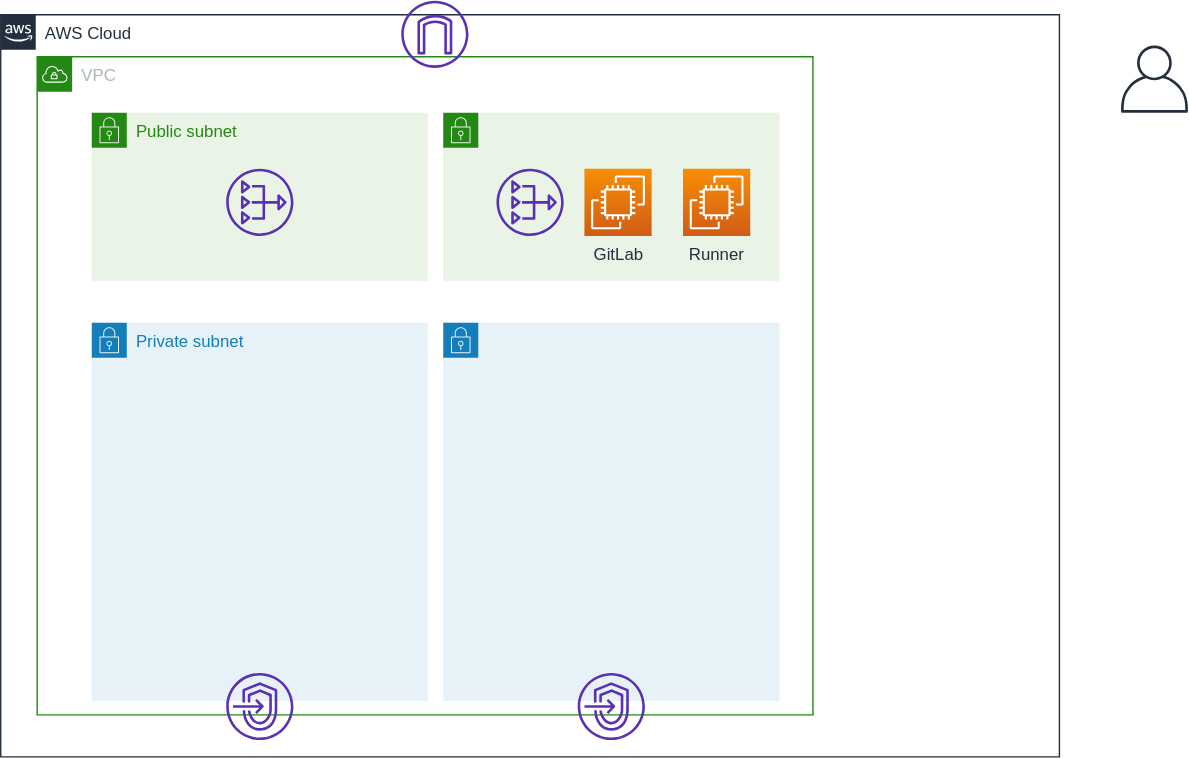
Earlier version of the draw.io export documents/images/use-runner.svg (moriryota62/ecs-cicd). Source tidied: cells renumbered, new cells last; positions are measured from the earlier drawing's top-left corner, leaving out a move shared by most shapes.
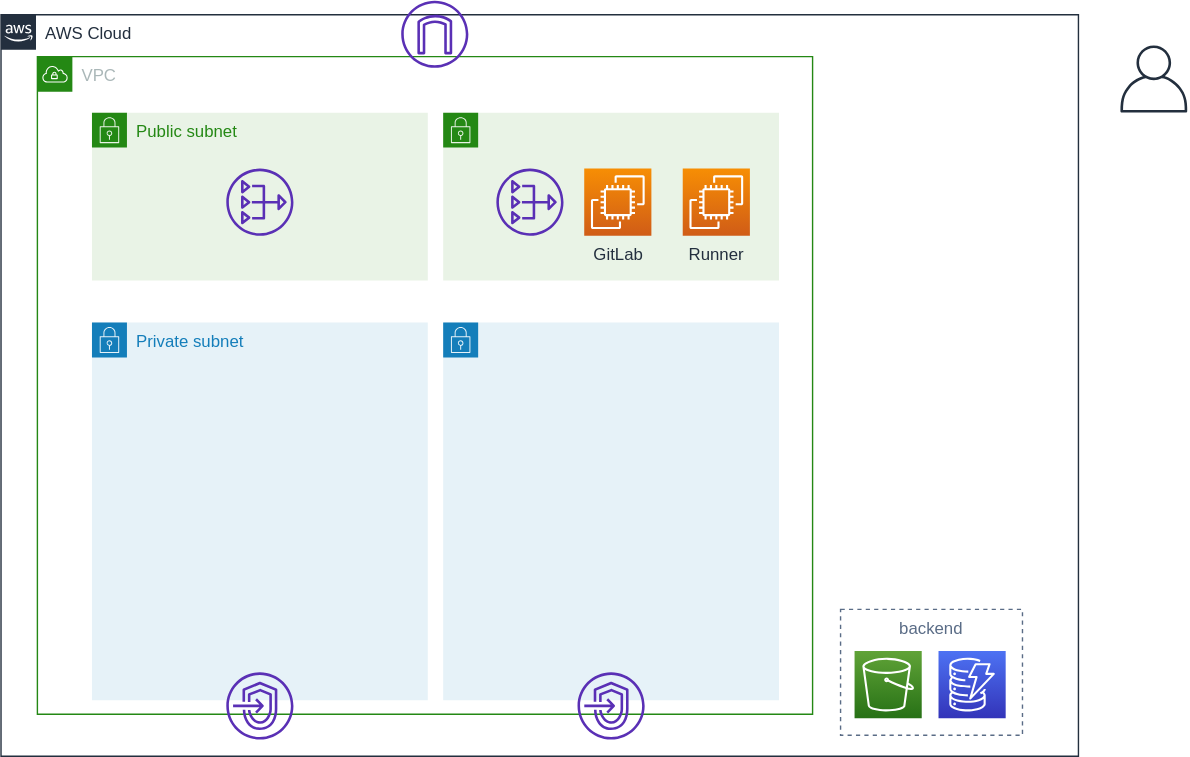
After the commit.

Diff of the diagram source:
```diff
@@ -3,7 +3,7 @@
     <mxCell id="0" />
     <mxCell id="1" parent="0" />
     <mxCell id="2" value="AWS Cloud" style="gradientColor=none;html=1;whiteSpace=wrap;fontSize=12;fontStyle=0;shape=mxgraph.aws4.group;grIcon=mxgraph.aws4.group_aws_cloud_alt;strokeColor=#232F3E;fillColor=none;verticalAlign=top;align=left;spacingLeft=30;fontColor=#232F3E;dashed=0;" parent="1" vertex="1">
-      <mxGeometry y="10" width="756" height="530" as="geometry" />
+      <mxGeometry y="10" width="770" height="530" as="geometry" />
     </mxCell>
     <mxCell id="3" value="VPC" style="gradientColor=none;html=1;whiteSpace=wrap;fontSize=12;fontStyle=0;shape=mxgraph.aws4.group;grIcon=mxgraph.aws4.group_vpc;strokeColor=#248814;fillColor=none;verticalAlign=top;align=left;spacingLeft=30;fontColor=#AAB7B8;dashed=0;" parent="1" vertex="1">
       <mxGeometry x="26" y="40" width="554" height="470" as="geometry" />
@@ -29,20 +29,38 @@
     <mxCell id="10" style="gradientColor=none;html=1;whiteSpace=wrap;fontSize=12;fontStyle=0;shape=mxgraph.aws4.group;grIcon=mxgraph.aws4.group_security_group;grStroke=0;strokeColor=#147EBA;fillColor=#E6F2F8;verticalAlign=top;align=left;spacingLeft=30;fontColor=#147EBA;dashed=0;" parent="1" vertex="1">
       <mxGeometry x="316" y="230" width="240" height="270" as="geometry" />
     </mxCell>
-    <mxCell id="11" style="fontColor=#232F3E;gradientColor=none;fillColor=#5A30B5;strokeColor=none;dashed=0;verticalLabelPosition=bottom;verticalAlign=top;align=center;html=1;fontSize=12;fontStyle=0;shape=mxgraph.aws4.nat_gateway;" parent="1" vertex="1">
-      <mxGeometry x="161" y="120" width="48" height="48" as="geometry" />
+    <mxCell id="11" style="edgeStyle=orthogonalEdgeStyle;rounded=0;orthogonalLoop=1;jettySize=auto;html=1;exitX=0.5;exitY=1;exitDx=0;exitDy=0;" parent="1" edge="1">
+      <mxGeometry relative="1" as="geometry">
+        <mxPoint x="310.5" y="450" as="sourcePoint" />
+        <mxPoint x="310.5" y="450" as="targetPoint" />
+      </mxGeometry>
     </mxCell>
-    <mxCell id="12" style="fontColor=#232F3E;gradientColor=none;fillColor=#5A30B5;strokeColor=none;dashed=0;verticalLabelPosition=bottom;verticalAlign=top;align=center;html=1;fontSize=12;fontStyle=0;shape=mxgraph.aws4.endpoints;" parent="1" vertex="1">
-      <mxGeometry x="161" y="480" width="48" height="48" as="geometry" />
+    <mxCell id="12" style="fontColor=#232F3E;gradientColor=none;fillColor=#5A30B5;strokeColor=none;dashed=0;verticalLabelPosition=bottom;verticalAlign=top;align=center;html=1;fontSize=12;fontStyle=0;shape=mxgraph.aws4.nat_gateway;" parent="1" vertex="1">
+      <mxGeometry x="161" y="120" width="48" height="48" as="geometry" />
     </mxCell>
     <mxCell id="13" style="fontColor=#232F3E;gradientColor=none;fillColor=#5A30B5;strokeColor=none;dashed=0;verticalLabelPosition=bottom;verticalAlign=top;align=center;html=1;fontSize=12;fontStyle=0;shape=mxgraph.aws4.endpoints;" parent="1" vertex="1">
-      <mxGeometry x="412" y="480" width="48" height="48" as="geometry" />
+      <mxGeometry x="161" y="480" width="48" height="48" as="geometry" />
     </mxCell>
-    <mxCell id="14" style="fontColor=#232F3E;gradientColor=none;fillColor=#5A30B5;strokeColor=none;dashed=0;verticalLabelPosition=bottom;verticalAlign=top;align=center;html=1;fontSize=12;fontStyle=0;shape=mxgraph.aws4.nat_gateway;" parent="1" vertex="1">
-      <mxGeometry x="354" y="120" width="48" height="48" as="geometry" />
+    <mxCell id="14" style="fontColor=#232F3E;gradientColor=none;fillColor=#5A30B5;strokeColor=none;dashed=0;verticalLabelPosition=bottom;verticalAlign=top;align=center;html=1;fontSize=12;fontStyle=0;shape=mxgraph.aws4.endpoints;" parent="1" vertex="1">
+      <mxGeometry x="412" y="480" width="48" height="48" as="geometry" />
     </mxCell>
-    <mxCell id="15" style="fontColor=#232F3E;gradientColor=none;fillColor=#232F3E;strokeColor=none;dashed=0;verticalLabelPosition=bottom;verticalAlign=top;align=center;html=1;fontSize=12;fontStyle=0;shape=mxgraph.aws4.user;" parent="1" vertex="1">
-      <mxGeometry x="800" y="32" width="48" height="48" as="geometry" />
+    <mxCell id="15" style="fontColor=#232F3E;gradientColor=none;fillColor=#5A30B5;strokeColor=none;dashed=0;verticalLabelPosition=bottom;verticalAlign=top;align=center;html=1;fontSize=12;fontStyle=0;shape=mxgraph.aws4.nat_gateway;" parent="1" vertex="1">
+      <mxGeometry x="354" y="120" width="48" height="48" as="geometry" />
     </mxCell>
+    <mxCell id="16" style="fontColor=#232F3E;gradientColor=none;fillColor=#232F3E;strokeColor=none;dashed=0;verticalLabelPosition=bottom;verticalAlign=top;align=center;html=1;fontSize=12;fontStyle=0;shape=mxgraph.aws4.user;" parent="1" vertex="1">
+      <mxGeometry x="800" y="32" width="48" height="48" as="geometry" />
+    </mxCell>
+    <mxCell id="17" style="group;" parent="1" vertex="1">
+      <mxGeometry x="600" y="435" width="130" height="90" as="geometry" />
+    </mxCell>
+    <mxCell id="18" style="fontColor=#232F3E;gradientColor=#4D72F3;gradientDirection=north;fillColor=#3334B9;strokeColor=#ffffff;dashed=0;verticalLabelPosition=bottom;verticalAlign=top;align=center;html=1;fontSize=12;fontStyle=0;shape=mxgraph.aws4.resourceIcon;resIcon=mxgraph.aws4.dynamodb;" parent="17" vertex="1">
+      <mxGeometry x="70" y="29.8" width="48" height="48" as="geometry" />
+    </mxCell>
+    <mxCell id="19" style="fontColor=#232F3E;gradientColor=#60A337;gradientDirection=north;fillColor=#277116;strokeColor=#ffffff;dashed=0;verticalLabelPosition=bottom;verticalAlign=top;align=center;html=1;fontSize=12;fontStyle=0;shape=mxgraph.aws4.resourceIcon;resIcon=mxgraph.aws4.s3;" parent="17" vertex="1">
+      <mxGeometry x="10" y="29.8" width="48" height="48" as="geometry" />
+    </mxCell>
+    <mxCell id="20" value="backend" style="fillColor=none;strokeColor=#5A6C86;dashed=1;verticalAlign=top;fontStyle=0;fontColor=#5A6C86;" parent="17" vertex="1">
+      <mxGeometry width="130" height="90" as="geometry" />
+    </mxCell>
   </root>
 </mxGraphModel>
```
